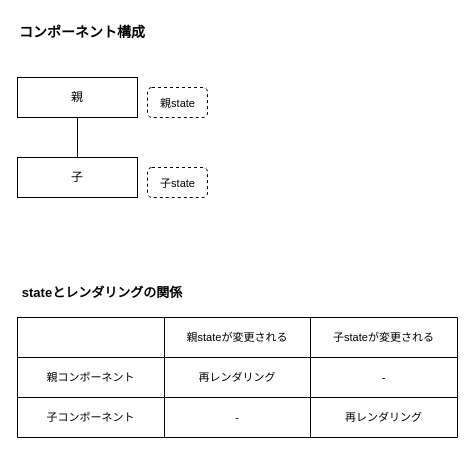
The draw.io diagram conclusion.drawio in chiaquito/react-expt, before the edit. Source tidied: cells renumbered, new cells numbered last; positions are measured from the earlier drawing's top-left corner, leaving out a move shared by most shapes. Both pictures are drawn from the tidied source at 100%, with x=0, y=0 at pixel (17, 17).
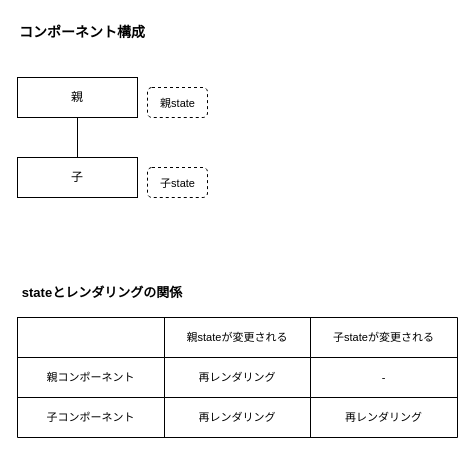
Above is the later version.

The change refers to these unchanged cells:
```xml
<mxCell id="17" style="shape=tableRow;horizontal=0;startSize=0;swimlaneHead=0;swimlaneBody=0;top=0;left=0;bottom=0;right=0;fillColor=none;rounded=1;dashed=1;strokeColor=default;fontSize=11;" parent="8" vertex="1">
  <mxGeometry y="80" width="440" height="40" as="geometry" />
</mxCell>
```

What changed in the source:
```diff
@@
-    <mxCell id="19" value="-" style="shape=partialRectangle;html=1;whiteSpace=wrap;fillColor=none;top=0;left=0;bottom=0;right=0;overflow=hidden;rounded=1;dashed=1;strokeColor=default;fontSize=11;" parent="17" vertex="1">
+    <mxCell id="19" value="再レンダリング" style="shape=partialRectangle;html=1;whiteSpace=wrap;fillColor=none;top=0;left=0;bottom=0;right=0;overflow=hidden;rounded=1;dashed=1;strokeColor=default;fontSize=11;" parent="17" vertex="1">
       <mxGeometry x="147" width="146" height="40" as="geometry" />
     </mxCell>
```
